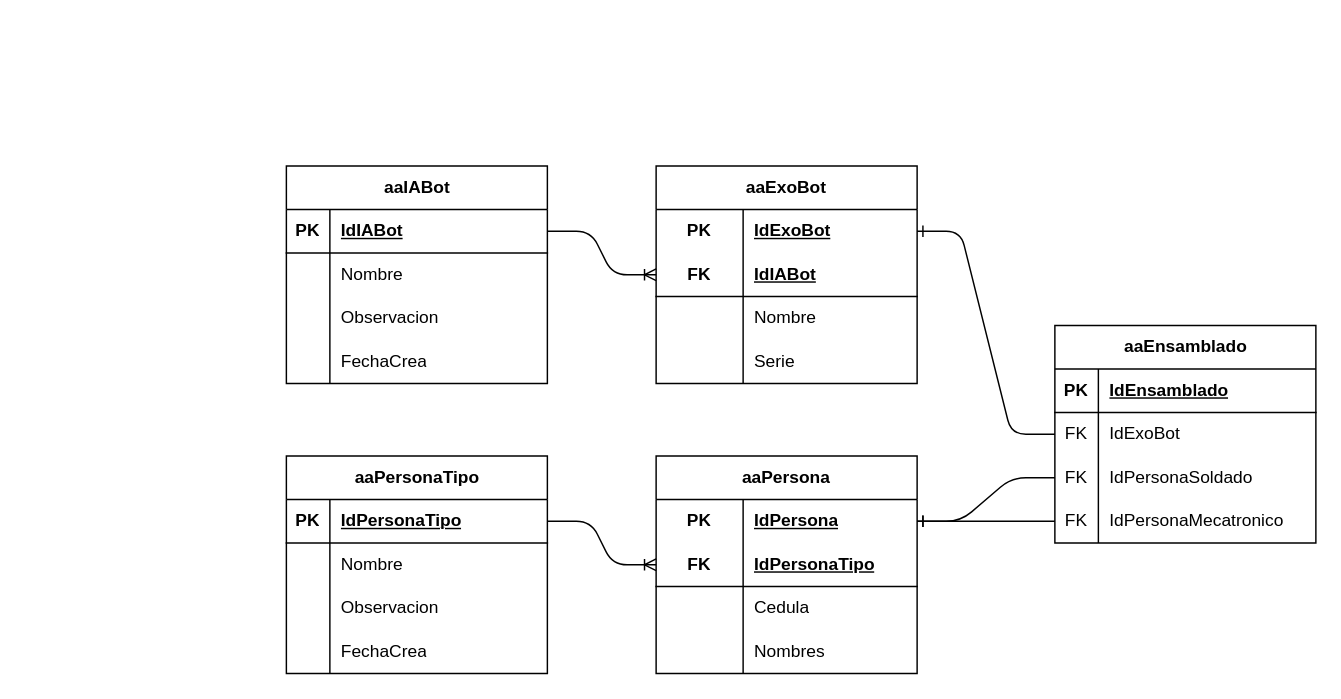
This is ROBOTIA/design/aaDiagramaMer.dio from Anthonio16/EXOBOT, a draw.io file, before an edit. Source tidied: cells renumbered, new cells numbered last; positions are measured from the earlier drawing's top-left corner, leaving out a move shared by most shapes. Both pictures are drawn from the tidied source at 145%, with x=0, y=0 at pixel (286, 165).
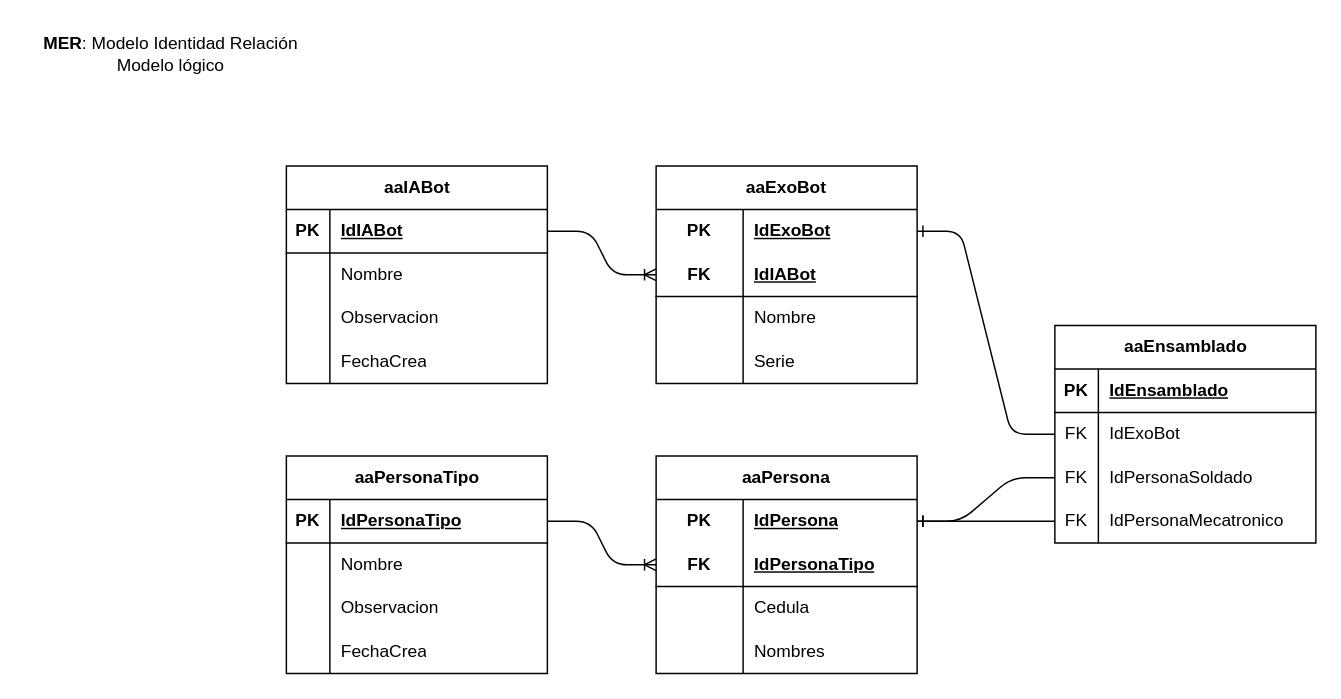
After the change.

What changed in the source:
```diff
@@
+    <mxCell id="72" value="&lt;b&gt;MER&lt;/b&gt;: Modelo Identidad Relación&lt;div&gt;Modelo lógico&lt;/div&gt;" style="text;html=1;align=center;verticalAlign=middle;strokeColor=none;fillColor=none;" parent="1" vertex="1">
+      <mxGeometry x="-180" y="-97" width="200" height="40" as="geometry" />
+    </mxCell>
```
